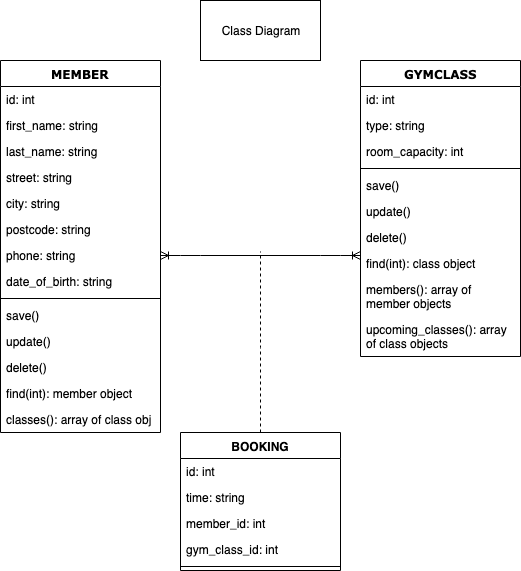
The draw.io diagram planning/gym_class_diagram.png in gadgetguy82/gym_project, before a commit. Source tidied: cells renumbered, new cells last; positions are measured from the earlier drawing's top-left corner, leaving out a move shared by most shapes.
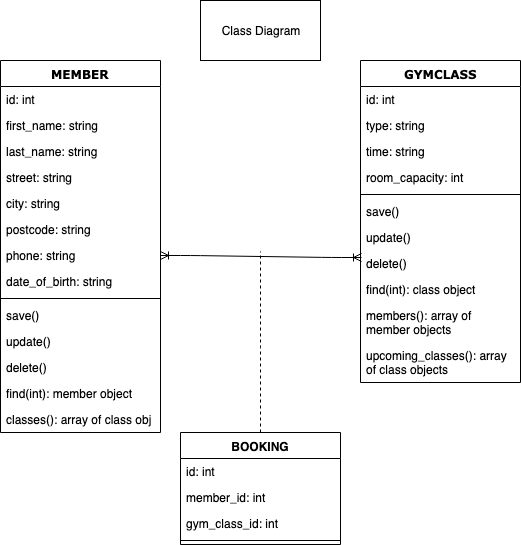
The same file after the commit.

Commit message:
Added updated planning diagrams

Diff of the diagram source:
```diff
@@ -48,7 +48,7 @@
       <mxGeometry y="346" width="160" height="26" as="geometry" />
     </mxCell>
     <mxCell id="17" value="GYMCLASS" style="swimlane;html=1;fontStyle=1;align=center;verticalAlign=top;horizontal=1;startSize=26;swimlaneFillColor=#ffffff;rounded=0;shadow=0;comic=0;labelBackgroundColor=none;strokeColor=#000000;strokeWidth=1;fillColor=none;fontFamily=Verdana;fontSize=12;fontColor=#000000;" parent="1" vertex="1">
-      <mxGeometry x="360" y="60" width="160" height="296" as="geometry" />
+      <mxGeometry x="360" y="60" width="160" height="322" as="geometry" />
     </mxCell>
     <mxCell id="18" value="id: int" style="text;html=1;strokeColor=none;fillColor=none;align=left;verticalAlign=top;spacingLeft=4;spacingRight=4;whiteSpace=wrap;overflow=hidden;" parent="17" vertex="1">
       <mxGeometry y="26" width="160" height="26" as="geometry" />
@@ -56,29 +56,32 @@
     <mxCell id="19" value="type: string" style="text;html=1;strokeColor=none;fillColor=none;align=left;verticalAlign=top;spacingLeft=4;spacingRight=4;whiteSpace=wrap;overflow=hidden;" parent="17" vertex="1">
       <mxGeometry y="52" width="160" height="26" as="geometry" />
     </mxCell>
+    <mxCell id="31" value="time: string" style="text;html=1;strokeColor=none;fillColor=none;align=left;verticalAlign=top;spacingLeft=4;spacingRight=4;whiteSpace=wrap;overflow=hidden;" parent="17" vertex="1">
+      <mxGeometry y="78" width="160" height="26" as="geometry" />
+    </mxCell>
     <mxCell id="20" value="room_capacity: int" style="text;html=1;strokeColor=none;fillColor=none;align=left;verticalAlign=top;spacingLeft=4;spacingRight=4;whiteSpace=wrap;overflow=hidden;" parent="17" vertex="1">
-      <mxGeometry y="78" width="160" height="26" as="geometry" />
+      <mxGeometry y="104" width="160" height="26" as="geometry" />
     </mxCell>
     <mxCell id="21" style="line;html=1;strokeWidth=1;fillColor=none;align=left;verticalAlign=middle;spacingTop=-1;spacingLeft=3;spacingRight=3;labelPosition=right;" parent="17" vertex="1">
-      <mxGeometry y="104" width="160" height="8" as="geometry" />
+      <mxGeometry y="130" width="160" height="8" as="geometry" />
     </mxCell>
     <mxCell id="22" value="save()" style="text;html=1;strokeColor=none;fillColor=none;align=left;verticalAlign=top;spacingLeft=4;spacingRight=4;whiteSpace=wrap;overflow=hidden;" parent="17" vertex="1">
-      <mxGeometry y="112" width="160" height="26" as="geometry" />
+      <mxGeometry y="138" width="160" height="26" as="geometry" />
     </mxCell>
     <mxCell id="23" value="update()" style="text;html=1;strokeColor=none;fillColor=none;align=left;verticalAlign=top;spacingLeft=4;spacingRight=4;whiteSpace=wrap;overflow=hidden;" parent="17" vertex="1">
-      <mxGeometry y="138" width="160" height="26" as="geometry" />
+      <mxGeometry y="164" width="160" height="26" as="geometry" />
     </mxCell>
     <mxCell id="24" value="delete()" style="text;html=1;strokeColor=none;fillColor=none;align=left;verticalAlign=top;spacingLeft=4;spacingRight=4;whiteSpace=wrap;overflow=hidden;points=[[0,0.5],[1,0.5]];portConstraint=eastwest;" parent="17" vertex="1">
-      <mxGeometry y="164" width="160" height="26" as="geometry" />
+      <mxGeometry y="190" width="160" height="26" as="geometry" />
     </mxCell>
     <mxCell id="25" value="find(int): class object" style="text;html=1;strokeColor=none;fillColor=none;align=left;verticalAlign=top;spacingLeft=4;spacingRight=4;whiteSpace=wrap;overflow=hidden;points=[[0,0.5],[1,0.5]];portConstraint=eastwest;" parent="17" vertex="1">
-      <mxGeometry y="190" width="160" height="26" as="geometry" />
+      <mxGeometry y="216" width="160" height="26" as="geometry" />
     </mxCell>
     <mxCell id="26" value="members(): array of member objects" style="text;html=1;strokeColor=none;fillColor=none;align=left;verticalAlign=top;spacingLeft=4;spacingRight=4;whiteSpace=wrap;overflow=hidden;" parent="17" vertex="1">
-      <mxGeometry y="216" width="160" height="40" as="geometry" />
+      <mxGeometry y="242" width="160" height="40" as="geometry" />
     </mxCell>
     <mxCell id="27" value="upcoming_classes(): array of class objects" style="text;html=1;strokeColor=none;fillColor=none;align=left;verticalAlign=top;spacingLeft=4;spacingRight=4;whiteSpace=wrap;overflow=hidden;" parent="17" vertex="1">
-      <mxGeometry y="256" width="160" height="40" as="geometry" />
+      <mxGeometry y="282" width="160" height="40" as="geometry" />
     </mxCell>
     <mxCell id="28" style="endArrow=none;dashed=1;html=1;exitX=0.5;exitY=0;exitDx=0;exitDy=0;" parent="1" edge="1" source="29">
       <mxGeometry relative="1" as="geometry">
@@ -89,24 +92,21 @@
       </mxGeometry>
     </mxCell>
     <mxCell id="29" value="BOOKING" style="swimlane;fontStyle=1;align=center;verticalAlign=top;horizontal=1;startSize=26;" parent="1" vertex="1">
-      <mxGeometry x="180" y="432" width="160" height="138" as="geometry" />
+      <mxGeometry x="180" y="432" width="160" height="112" as="geometry" />
     </mxCell>
     <mxCell id="30" value="id: int" style="text;strokeColor=none;fillColor=none;align=left;verticalAlign=top;spacingLeft=4;spacingRight=4;overflow=hidden;" parent="29" vertex="1">
       <mxGeometry y="26" width="160" height="26" as="geometry" />
     </mxCell>
-    <mxCell id="31" value="time: string" style="text;strokeColor=none;fillColor=none;align=left;verticalAlign=top;spacingLeft=4;spacingRight=4;overflow=hidden;" parent="29" vertex="1">
-      <mxGeometry y="52" width="160" height="26" as="geometry" />
-    </mxCell>
     <mxCell id="32" value="member_id: int" style="text;strokeColor=none;fillColor=none;align=left;verticalAlign=top;spacingLeft=4;spacingRight=4;overflow=hidden;" parent="29" vertex="1">
-      <mxGeometry y="78" width="160" height="26" as="geometry" />
+      <mxGeometry y="52" width="160" height="26" as="geometry" />
     </mxCell>
     <mxCell id="33" value="gym_class_id: int" style="text;strokeColor=none;fillColor=none;align=left;verticalAlign=top;spacingLeft=4;spacingRight=4;overflow=hidden;" parent="29" vertex="1">
-      <mxGeometry y="104" width="160" height="26" as="geometry" />
+      <mxGeometry y="78" width="160" height="26" as="geometry" />
     </mxCell>
     <mxCell id="34" style="line;strokeWidth=1;fillColor=none;align=left;verticalAlign=middle;spacingTop=-1;spacingLeft=3;spacingRight=3;labelPosition=right;" parent="29" vertex="1">
-      <mxGeometry y="130" width="160" height="8" as="geometry" />
+      <mxGeometry y="104" width="160" height="8" as="geometry" />
     </mxCell>
-    <mxCell id="35" style="edgeStyle=entityRelationEdgeStyle;fontSize=12;html=1;endArrow=ERoneToMany;startArrow=ERoneToMany;entryX=0;entryY=0.192;entryDx=0;entryDy=0;exitX=1;exitY=0.5;exitDx=0;exitDy=0;entryPerimeter=0;" parent="1" edge="1" source="9" target="25">
+    <mxCell id="35" style="edgeStyle=entityRelationEdgeStyle;fontSize=12;html=1;endArrow=ERoneToMany;startArrow=ERoneToMany;entryX=0.006;entryY=0.269;entryDx=0;entryDy=0;exitX=1;exitY=0.5;exitDx=0;exitDy=0;entryPerimeter=0;" parent="1" edge="1" source="9" target="24">
       <mxGeometry relative="1" as="geometry" />
     </mxCell>
     <mxCell id="36" style="rounded=0;whiteSpace=wrap;html=1;" parent="1" vertex="1">
```
